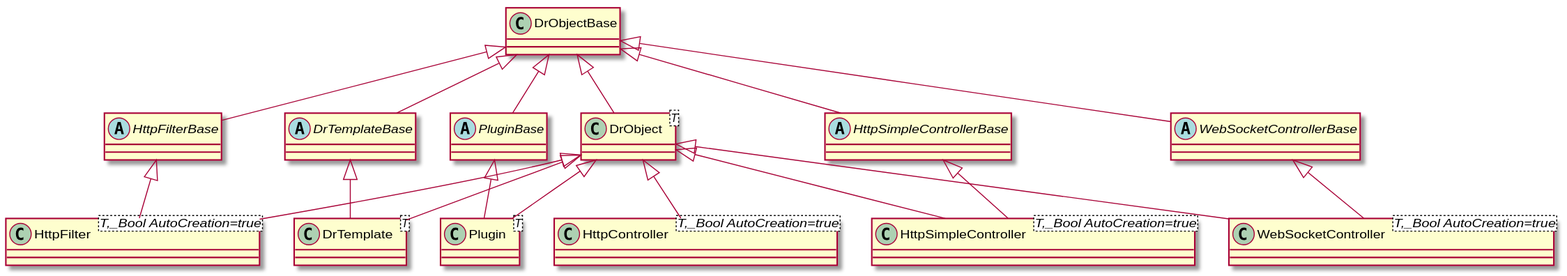
This is drogon/puml/drobjectbase_hierarchy.svg from bkryza/clang-uml-examples, a PlantUML export, as it was before one commit.
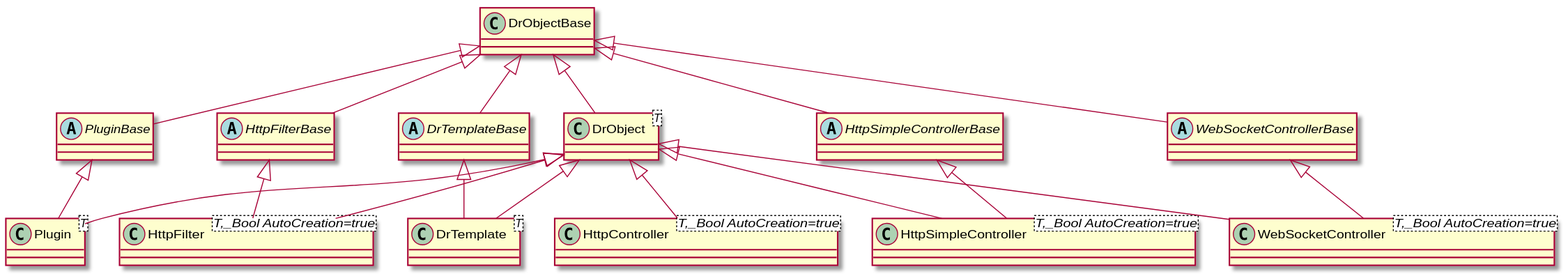
Above is the later version.

What changed in the source:
```diff
@@ -4,6 +4,12 @@
 }
 class "DrObject<T>" as C_0000928351319055387329
 class C_0000928351319055387329 {
+}
+abstract "PluginBase" as C_0001766132705992294525
+abstract C_0001766132705992294525 {
+}
+class "Plugin<T>" as C_0000090245984191403772
+class C_0000090245984191403772 {
 }
 abstract "HttpFilterBase" as C_0001287349830889935744
 abstract C_0001287349830889935744 {
@@ -16,12 +22,6 @@
 }
 class "DrTemplate<T>" as C_0000730908334399288167
 class C_0000730908334399288167 {
-}
-abstract "PluginBase" as C_0001766132705992294525
-abstract C_0001766132705992294525 {
-}
-class "Plugin<T>" as C_0000090245984191403772
-class C_0000090245984191403772 {
 }
 abstract "HttpSimpleControllerBase" as C_0000128620413217137181
 abstract C_0000128620413217137181 {
@@ -39,15 +39,15 @@
 class C_0001306947998463000992 {
 }
 C_0000948678946378292650 <|-- C_0000928351319055387329
+C_0000948678946378292650 <|-- C_0001766132705992294525
+C_0001766132705992294525 <|-- C_0000090245984191403772
+C_0000928351319055387329 <|-- C_0000090245984191403772
 C_0000948678946378292650 <|-- C_0001287349830889935744
 C_0000928351319055387329 <|-- C_0001423317784030907931
 C_0001287349830889935744 <|-- C_0001423317784030907931
 C_0000948678946378292650 <|-- C_0000286555068366301766
 C_0000928351319055387329 <|-- C_0000730908334399288167
 C_0000286555068366301766 <|-- C_0000730908334399288167
-C_0000948678946378292650 <|-- C_0001766132705992294525
-C_0001766132705992294525 <|-- C_0000090245984191403772
-C_0000928351319055387329 <|-- C_0000090245984191403772
 C_0000948678946378292650 <|-- C_0000128620413217137181
 C_0000948678946378292650 <|-- C_0001615046545627727628
 C_0000928351319055387329 <|-- C_0000022864597420834899
```
